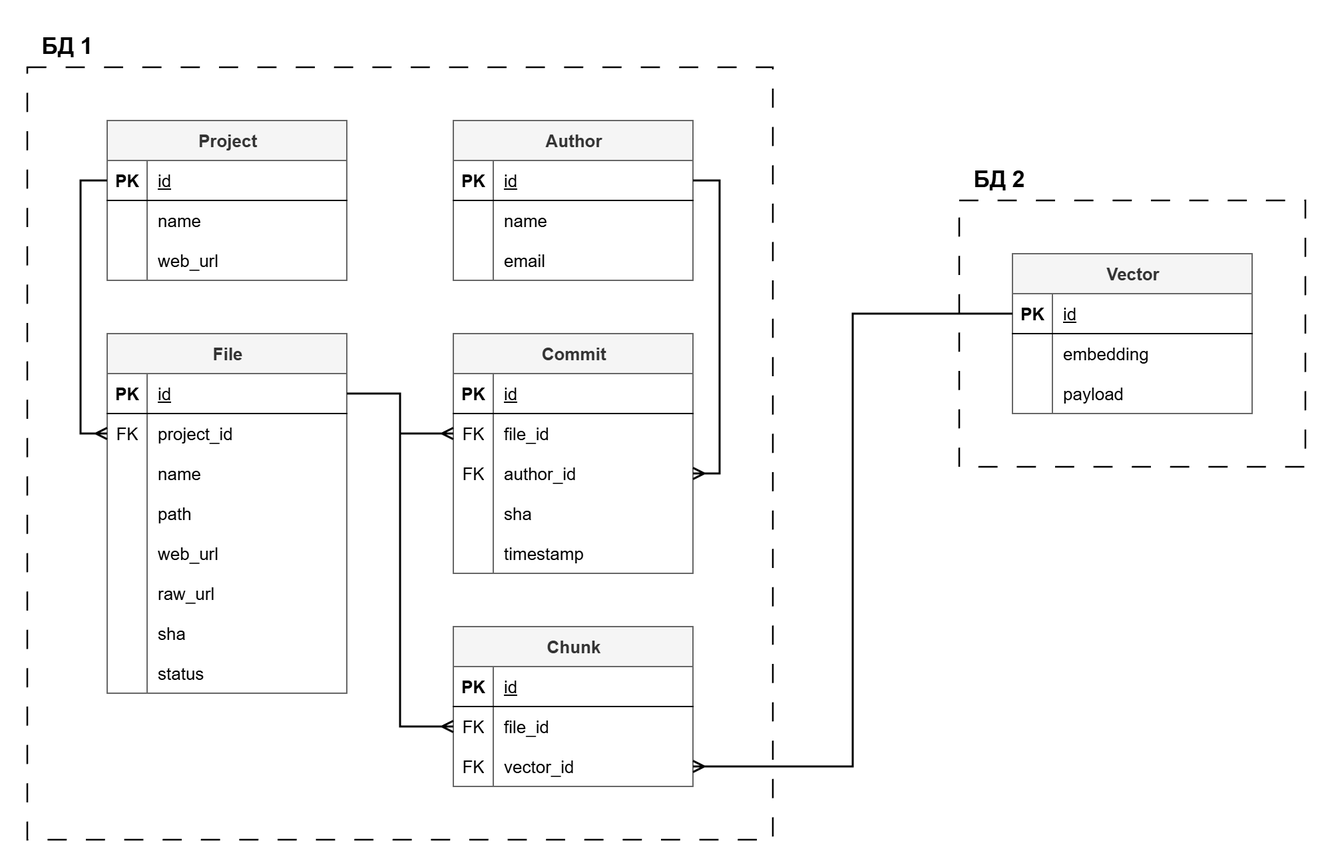
This is figures/ER-diagram.png from The-Yellow-Sign/mlops, a draw.io export, as it was before one commit. Source tidied: cells renumbered, new cells last; positions are measured from the earlier drawing's top-left corner, leaving out a move shared by most shapes.
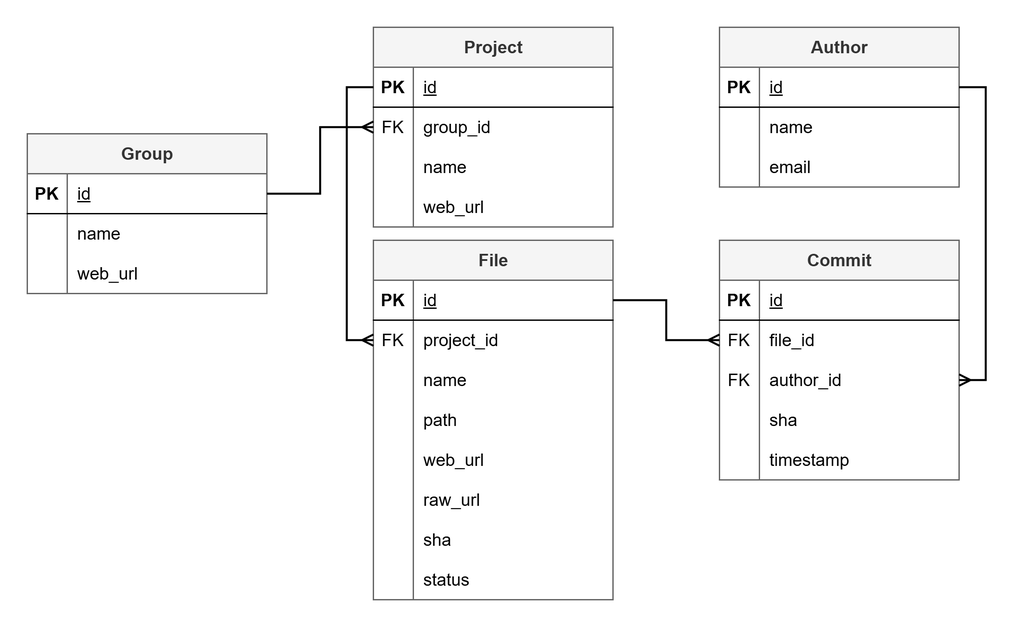
After the change.

Commit message:
docs: update DFD, ER diagrams and Collect Data.md

Diff of the diagram source:
```diff
@@ -2,14 +2,8 @@
   <root>
     <mxCell id="0" />
     <mxCell id="1" parent="0" />
-    <mxCell id="2" style="rounded=0;whiteSpace=wrap;html=1;fillColor=none;dashed=1;dashPattern=12 12;fontSize=13;strokeWidth=1.2;" parent="1" vertex="1">
-      <mxGeometry x="700" y="130" width="260" height="200" as="geometry" />
-    </mxCell>
-    <mxCell id="3" style="rounded=0;whiteSpace=wrap;html=1;fillColor=none;dashed=1;dashPattern=12 12;fontSize=13;strokeWidth=1.2;" parent="1" vertex="1">
-      <mxGeometry y="30" width="560" height="580" as="geometry" />
-    </mxCell>
     <mxCell id="4" value="&lt;span style=&quot;color: rgb(51, 51, 51); text-wrap-mode: wrap;&quot;&gt;Project&lt;/span&gt;" style="shape=table;startSize=30;rowLines=0;fontStyle=1;align=center;html=1;fillColor=#f5f5f5;fontColor=#333333;strokeColor=#666666;fontSize=13;" parent="1" vertex="1">
-      <mxGeometry x="60" y="70" width="180" height="120" as="geometry" />
+      <mxGeometry x="60" y="70" width="180" height="150" as="geometry" />
     </mxCell>
     <mxCell id="5" style="shape=tableRow;horizontal=0;startSize=0;swimlaneHead=0;swimlaneBody=0;fillColor=none;points=[[0,0.5],[1,0.5]];portConstraint=eastwest;top=0;left=0;right=0;bottom=1;fontSize=13;" parent="4" vertex="1">
       <mxGeometry y="30" width="180" height="30" as="geometry" />
@@ -23,10 +17,10 @@
     <mxCell id="8" style="shape=tableRow;horizontal=0;startSize=0;swimlaneHead=0;swimlaneBody=0;fillColor=none;points=[[0,0.5],[1,0.5]];portConstraint=eastwest;top=0;left=0;right=0;bottom=0;fontSize=13;" parent="4" vertex="1">
       <mxGeometry y="60" width="180" height="30" as="geometry" />
     </mxCell>
-    <mxCell id="9" style="shape=partialRectangle;fillColor=none;top=0;left=0;bottom=0;right=0;overflow=hidden;whiteSpace=wrap;html=1;fontSize=13;" parent="8" vertex="1">
+    <mxCell id="9" value="FK" style="shape=partialRectangle;fillColor=none;top=0;left=0;bottom=0;right=0;overflow=hidden;whiteSpace=wrap;html=1;fontSize=13;" parent="8" vertex="1">
       <mxGeometry width="30" height="30" as="geometry" />
     </mxCell>
-    <mxCell id="10" value="&lt;span&gt;name&lt;/span&gt;" style="shape=partialRectangle;fillColor=none;top=0;left=0;bottom=0;right=0;align=left;spacingLeft=6;overflow=hidden;whiteSpace=wrap;html=1;fontSize=13;" parent="8" vertex="1">
+    <mxCell id="10" value="group_id" style="shape=partialRectangle;fillColor=none;top=0;left=0;bottom=0;right=0;align=left;spacingLeft=6;overflow=hidden;whiteSpace=wrap;html=1;fontSize=13;" parent="8" vertex="1">
       <mxGeometry x="30" width="150" height="30" as="geometry" />
     </mxCell>
     <mxCell id="11" style="shape=tableRow;horizontal=0;startSize=0;swimlaneHead=0;swimlaneBody=0;fillColor=none;top=0;left=0;right=0;bottom=0;fontSize=13;" parent="4" vertex="1">
@@ -35,9 +29,18 @@
     <mxCell id="12" style="shape=partialRectangle;fillColor=none;top=0;left=0;bottom=0;right=0;overflow=hidden;whiteSpace=wrap;html=1;fontSize=13;" parent="11" vertex="1">
       <mxGeometry width="30" height="30" as="geometry" />
     </mxCell>
-    <mxCell id="13" value="&lt;span&gt;web_url&lt;/span&gt;" style="shape=partialRectangle;fillColor=none;top=0;left=0;bottom=0;right=0;align=left;spacingLeft=6;overflow=hidden;whiteSpace=wrap;html=1;fontSize=13;" parent="11" vertex="1">
+    <mxCell id="13" value="name" style="shape=partialRectangle;fillColor=none;top=0;left=0;bottom=0;right=0;align=left;spacingLeft=6;overflow=hidden;whiteSpace=wrap;html=1;fontSize=13;" parent="11" vertex="1">
       <mxGeometry x="30" width="150" height="30" as="geometry" />
     </mxCell>
+    <mxCell id="92" style="shape=tableRow;horizontal=0;startSize=0;swimlaneHead=0;swimlaneBody=0;fillColor=none;top=0;left=0;right=0;bottom=0;fontSize=13;" parent="4" vertex="1">
+      <mxGeometry y="120" width="180" height="30" as="geometry" />
+    </mxCell>
+    <mxCell id="93" style="shape=partialRectangle;fillColor=none;top=0;left=0;bottom=0;right=0;overflow=hidden;whiteSpace=wrap;html=1;fontSize=13;" parent="92" vertex="1">
+      <mxGeometry width="30" height="30" as="geometry" />
+    </mxCell>
+    <mxCell id="94" value="web_url" style="shape=partialRectangle;fillColor=none;top=0;left=0;bottom=0;right=0;align=left;spacingLeft=6;overflow=hidden;whiteSpace=wrap;html=1;fontSize=13;" parent="92" vertex="1">
+      <mxGeometry x="30" width="150" height="30" as="geometry" />
+    </mxCell>
     <mxCell id="14" value="&lt;span style=&quot;color: rgb(51, 51, 51); text-wrap-mode: wrap;&quot;&gt;File&lt;/span&gt;" style="shape=table;startSize=30;rowLines=0;fontStyle=1;align=center;html=1;fillColor=#f5f5f5;fontColor=#333333;strokeColor=#666666;fontSize=13;" parent="1" vertex="1">
       <mxGeometry x="60" y="230" width="180" height="270" as="geometry" />
     </mxCell>
@@ -191,86 +194,47 @@
     <mxCell id="64" value="timestamp" style="shape=partialRectangle;fillColor=none;top=0;left=0;bottom=0;right=0;align=left;spacingLeft=6;overflow=hidden;whiteSpace=wrap;html=1;fontSize=13;" parent="62" vertex="1">
       <mxGeometry x="30" width="150" height="30" as="geometry" />
     </mxCell>
-    <mxCell id="65" value="&lt;span style=&quot;color: rgb(51, 51, 51); text-wrap-mode: wrap;&quot;&gt;Chunk&lt;/span&gt;" style="shape=table;startSize=30;rowLines=0;fontStyle=1;align=center;html=1;fillColor=#f5f5f5;fontColor=#333333;strokeColor=#666666;fontSize=13;" parent="1" vertex="1">
-      <mxGeometry x="320" y="450" width="180" height="120" as="geometry" />
-    </mxCell>
-    <mxCell id="66" style="shape=tableRow;horizontal=0;startSize=0;swimlaneHead=0;swimlaneBody=0;fillColor=none;top=0;left=0;right=0;bottom=1;fontSize=13;" parent="65" vertex="1">
-      <mxGeometry y="30" width="180" height="30" as="geometry" />
-    </mxCell>
-    <mxCell id="67" value="PK" style="shape=partialRectangle;fillColor=none;top=0;left=0;bottom=0;right=0;fontStyle=1;overflow=hidden;whiteSpace=wrap;html=1;fontSize=13;" parent="66" vertex="1">
-      <mxGeometry width="30" height="30" as="geometry" />
-    </mxCell>
-    <mxCell id="68" value="&lt;span style=&quot;font-weight: 400;&quot;&gt;id&lt;/span&gt;" style="shape=partialRectangle;fillColor=none;top=0;left=0;bottom=0;right=0;align=left;spacingLeft=6;fontStyle=5;overflow=hidden;whiteSpace=wrap;html=1;fontSize=13;" parent="66" vertex="1">
-      <mxGeometry x="30" width="150" height="30" as="geometry" />
-    </mxCell>
-    <mxCell id="69" style="shape=tableRow;horizontal=0;startSize=0;swimlaneHead=0;swimlaneBody=0;fillColor=none;points=[[0,0.5],[1,0.5]];portConstraint=eastwest;top=0;left=0;right=0;bottom=0;fontSize=13;" parent="65" vertex="1">
-      <mxGeometry y="60" width="180" height="30" as="geometry" />
-    </mxCell>
-    <mxCell id="70" value="FK" style="shape=partialRectangle;fillColor=none;top=0;left=0;bottom=0;right=0;overflow=hidden;whiteSpace=wrap;html=1;fontSize=13;" parent="69" vertex="1">
-      <mxGeometry width="30" height="30" as="geometry" />
-    </mxCell>
-    <mxCell id="71" value="&lt;span&gt;file_id&lt;/span&gt;" style="shape=partialRectangle;fillColor=none;top=0;left=0;bottom=0;right=0;align=left;spacingLeft=6;overflow=hidden;whiteSpace=wrap;html=1;fontSize=13;" parent="69" vertex="1">
-      <mxGeometry x="30" width="150" height="30" as="geometry" />
-    </mxCell>
-    <mxCell id="72" style="shape=tableRow;horizontal=0;startSize=0;swimlaneHead=0;swimlaneBody=0;fillColor=none;points=[[0,0.5],[1,0.5]];portConstraint=eastwest;top=0;left=0;right=0;bottom=0;fontSize=13;" parent="65" vertex="1">
-      <mxGeometry y="90" width="180" height="30" as="geometry" />
-    </mxCell>
-    <mxCell id="73" value="FK" style="shape=partialRectangle;fillColor=none;top=0;left=0;bottom=0;right=0;overflow=hidden;whiteSpace=wrap;html=1;fontSize=13;" parent="72" vertex="1">
-      <mxGeometry width="30" height="30" as="geometry" />
-    </mxCell>
-    <mxCell id="74" value="&lt;span&gt;vector_id&lt;/span&gt;" style="shape=partialRectangle;fillColor=none;top=0;left=0;bottom=0;right=0;align=left;spacingLeft=6;overflow=hidden;whiteSpace=wrap;html=1;fontSize=13;" parent="72" vertex="1">
-      <mxGeometry x="30" width="150" height="30" as="geometry" />
-    </mxCell>
     <mxCell id="75" style="edgeStyle=orthogonalEdgeStyle;rounded=0;jettySize=auto;html=1;exitX=0;exitY=0.5;exitDx=0;exitDy=0;entryX=0;entryY=0.5;entryDx=0;entryDy=0;strokeWidth=1.5;endArrow=ERmany;endFill=0;fontSize=13;curved=0;" parent="1" edge="1" source="5" target="18">
       <mxGeometry relative="1" as="geometry" />
     </mxCell>
-    <mxCell id="76" style="edgeStyle=orthogonalEdgeStyle;rounded=0;jettySize=auto;html=1;exitX=1;exitY=0.5;exitDx=0;exitDy=0;strokeWidth=1.5;endArrow=ERmany;endFill=0;" parent="1" edge="1" source="15" target="69">
-      <mxGeometry relative="1" as="geometry" />
-    </mxCell>
     <mxCell id="77" style="edgeStyle=orthogonalEdgeStyle;rounded=0;jettySize=auto;html=1;exitX=1;exitY=0.5;exitDx=0;exitDy=0;entryX=0;entryY=0.5;entryDx=0;entryDy=0;strokeWidth=1.5;endArrow=ERmany;endFill=0;" parent="1" edge="1" source="15" target="53">
       <mxGeometry relative="1" as="geometry" />
     </mxCell>
     <mxCell id="78" style="edgeStyle=orthogonalEdgeStyle;rounded=0;jettySize=auto;html=1;exitX=1;exitY=0.5;exitDx=0;exitDy=0;entryX=1;entryY=0.5;entryDx=0;entryDy=0;strokeWidth=1.5;endArrow=ERmany;endFill=0;" parent="1" edge="1" source="40" target="56">
       <mxGeometry relative="1" as="geometry" />
     </mxCell>
-    <mxCell id="79" value="Vector" style="shape=table;startSize=30;rowLines=0;fontStyle=1;align=center;fillColor=#f5f5f5;fontColor=#333333;strokeColor=#666666;fontSize=13;html=1;" parent="1" vertex="1">
-      <mxGeometry x="740" y="170" width="180" height="120" as="geometry" />
-    </mxCell>
-    <mxCell id="80" style="shape=tableRow;horizontal=0;startSize=0;swimlaneHead=0;swimlaneBody=0;fillColor=none;points=[[0,0.5],[1,0.5]];portConstraint=eastwest;top=0;left=0;right=0;bottom=1;fontSize=13;" parent="79" vertex="1">
-      <mxGeometry y="30" width="180" height="30" as="geometry" />
-    </mxCell>
-    <mxCell id="81" value="PK" style="shape=partialRectangle;fillColor=none;top=0;left=0;bottom=0;right=0;fontStyle=1;overflow=hidden;whiteSpace=wrap;html=1;fontSize=13;" parent="80" vertex="1">
-      <mxGeometry width="30" height="30" as="geometry" />
-    </mxCell>
-    <mxCell id="82" value="&lt;span style=&quot;font-weight: 400;&quot;&gt;id&lt;/span&gt;" style="shape=partialRectangle;fillColor=none;top=0;left=0;bottom=0;right=0;align=left;spacingLeft=6;fontStyle=5;overflow=hidden;whiteSpace=wrap;html=1;fontSize=13;" parent="80" vertex="1">
-      <mxGeometry x="30" width="150" height="30" as="geometry" />
-    </mxCell>
-    <mxCell id="83" style="shape=tableRow;horizontal=0;startSize=0;swimlaneHead=0;swimlaneBody=0;fillColor=none;top=0;left=0;right=0;bottom=0;fontSize=13;" parent="79" vertex="1">
-      <mxGeometry y="60" width="180" height="30" as="geometry" />
-    </mxCell>
-    <mxCell id="84" style="shape=partialRectangle;fillColor=none;top=0;left=0;bottom=0;right=0;overflow=hidden;whiteSpace=wrap;html=1;fontSize=13;" parent="83" vertex="1">
-      <mxGeometry width="30" height="30" as="geometry" />
-    </mxCell>
-    <mxCell id="85" value="&lt;span&gt;embedding&lt;/span&gt;" style="shape=partialRectangle;fillColor=none;top=0;left=0;bottom=0;right=0;align=left;spacingLeft=6;overflow=hidden;whiteSpace=wrap;html=1;fontSize=13;" parent="83" vertex="1">
-      <mxGeometry x="30" width="150" height="30" as="geometry" />
-    </mxCell>
-    <mxCell id="86" style="shape=tableRow;horizontal=0;startSize=0;swimlaneHead=0;swimlaneBody=0;fillColor=none;top=0;left=0;right=0;bottom=0;fontSize=13;" parent="79" vertex="1">
-      <mxGeometry y="90" width="180" height="30" as="geometry" />
-    </mxCell>
-    <mxCell id="87" style="shape=partialRectangle;fillColor=none;top=0;left=0;bottom=0;right=0;overflow=hidden;whiteSpace=wrap;html=1;fontSize=13;" parent="86" vertex="1">
-      <mxGeometry width="30" height="30" as="geometry" />
-    </mxCell>
-    <mxCell id="88" value="&lt;span&gt;payload&lt;/span&gt;" style="shape=partialRectangle;fillColor=none;top=0;left=0;bottom=0;right=0;align=left;spacingLeft=6;overflow=hidden;whiteSpace=wrap;html=1;fontSize=13;" parent="86" vertex="1">
-      <mxGeometry x="30" width="150" height="30" as="geometry" />
-    </mxCell>
-    <mxCell id="89" style="edgeStyle=orthogonalEdgeStyle;rounded=0;jettySize=auto;html=1;exitX=0;exitY=0.5;exitDx=0;exitDy=0;strokeWidth=1.5;endArrow=ERmany;endFill=0;" parent="1" edge="1" source="80" target="72">
-      <mxGeometry relative="1" as="geometry" />
-    </mxCell>
-    <mxCell id="90" value="БД 1" style="text;html=1;align=center;verticalAlign=middle;whiteSpace=wrap;rounded=0;fontSize=17;fontStyle=1;" parent="1" vertex="1">
-      <mxGeometry width="60" height="30" as="geometry" />
-    </mxCell>
-    <mxCell id="91" value="БД 2" style="text;html=1;align=center;verticalAlign=middle;whiteSpace=wrap;rounded=0;fontSize=17;fontStyle=1;" parent="1" vertex="1">
-      <mxGeometry x="700" y="100" width="60" height="30" as="geometry" />
-    </mxCell>
+    <mxCell id="95" value="&lt;span style=&quot;color: rgb(51, 51, 51); text-wrap-mode: wrap;&quot;&gt;Group&lt;/span&gt;" style="shape=table;startSize=30;rowLines=0;fontStyle=1;align=center;html=1;fillColor=#f5f5f5;fontColor=#333333;strokeColor=#666666;fontSize=13;" parent="1" vertex="1">
+      <mxGeometry x="-200" y="150" width="180" height="120" as="geometry" />
+    </mxCell>
+    <mxCell id="96" style="shape=tableRow;horizontal=0;startSize=0;swimlaneHead=0;swimlaneBody=0;fillColor=none;points=[[0,0.5],[1,0.5]];portConstraint=eastwest;top=0;left=0;right=0;bottom=1;fontSize=13;" parent="95" vertex="1">
+      <mxGeometry y="30" width="180" height="30" as="geometry" />
+    </mxCell>
+    <mxCell id="97" value="PK" style="shape=partialRectangle;fillColor=none;top=0;left=0;bottom=0;right=0;fontStyle=1;overflow=hidden;whiteSpace=wrap;html=1;fontSize=13;" parent="96" vertex="1">
+      <mxGeometry width="30" height="30" as="geometry" />
+    </mxCell>
+    <mxCell id="98" value="&lt;span style=&quot;font-weight: 400;&quot;&gt;id&lt;/span&gt;" style="shape=partialRectangle;fillColor=none;top=0;left=0;bottom=0;right=0;align=left;spacingLeft=6;fontStyle=5;overflow=hidden;whiteSpace=wrap;html=1;fontSize=13;" parent="96" vertex="1">
+      <mxGeometry x="30" width="150" height="30" as="geometry" />
+    </mxCell>
+    <mxCell id="99" style="shape=tableRow;horizontal=0;startSize=0;swimlaneHead=0;swimlaneBody=0;fillColor=none;top=0;left=0;right=0;bottom=0;fontSize=13;" parent="95" vertex="1">
+      <mxGeometry y="60" width="180" height="30" as="geometry" />
+    </mxCell>
+    <mxCell id="100" style="shape=partialRectangle;fillColor=none;top=0;left=0;bottom=0;right=0;overflow=hidden;whiteSpace=wrap;html=1;fontSize=13;" parent="99" vertex="1">
+      <mxGeometry width="30" height="30" as="geometry" />
+    </mxCell>
+    <mxCell id="101" value="&lt;span&gt;name&lt;/span&gt;" style="shape=partialRectangle;fillColor=none;top=0;left=0;bottom=0;right=0;align=left;spacingLeft=6;overflow=hidden;whiteSpace=wrap;html=1;fontSize=13;" parent="99" vertex="1">
+      <mxGeometry x="30" width="150" height="30" as="geometry" />
+    </mxCell>
+    <mxCell id="102" style="shape=tableRow;horizontal=0;startSize=0;swimlaneHead=0;swimlaneBody=0;fillColor=none;top=0;left=0;right=0;bottom=0;fontSize=13;" parent="95" vertex="1">
+      <mxGeometry y="90" width="180" height="30" as="geometry" />
+    </mxCell>
+    <mxCell id="103" style="shape=partialRectangle;fillColor=none;top=0;left=0;bottom=0;right=0;overflow=hidden;whiteSpace=wrap;html=1;fontSize=13;" parent="102" vertex="1">
+      <mxGeometry width="30" height="30" as="geometry" />
+    </mxCell>
+    <mxCell id="104" value="&lt;span&gt;web_url&lt;/span&gt;" style="shape=partialRectangle;fillColor=none;top=0;left=0;bottom=0;right=0;align=left;spacingLeft=6;overflow=hidden;whiteSpace=wrap;html=1;fontSize=13;" parent="102" vertex="1">
+      <mxGeometry x="30" width="150" height="30" as="geometry" />
+    </mxCell>
+    <mxCell id="105" style="edgeStyle=orthogonalEdgeStyle;rounded=0;jettySize=auto;html=1;endArrow=ERmany;endFill=0;strokeWidth=1.5;" parent="1" edge="1" source="96" target="8">
+      <mxGeometry relative="1" as="geometry" />
+    </mxCell>
   </root>
 </mxGraphModel>
```
